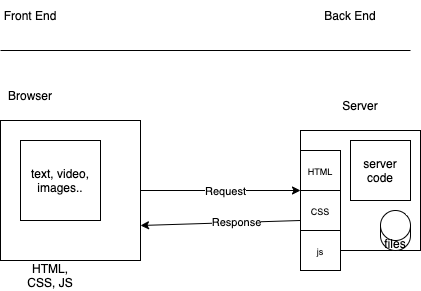
This is 2022-01-30 Introduction To Web Development/http.png from TomerErel/jbc-2022-01-30-fullstack, a draw.io export, as it was before one commit. Source tidied: cells renumbered, new cells last; positions are measured from the earlier drawing's top-left corner, leaving out a move shared by most shapes. Its diagram source:
```xml
<mxGraphModel>
  <root>
    <mxCell id="0" />
    <mxCell id="1" parent="0" />
    <mxCell id="2" style="endArrow=none;html=1;" parent="1" edge="1">
      <mxGeometry relative="1" as="geometry">
        <mxPoint y="50" as="sourcePoint" />
        <mxPoint x="410" y="50" as="targetPoint" />
      </mxGeometry>
    </mxCell>
    <mxCell id="3" value="Front End" style="text;html=1;strokeColor=none;fillColor=none;align=center;verticalAlign=middle;whiteSpace=wrap;rounded=0;" parent="1" vertex="1">
      <mxGeometry width="60" height="30" as="geometry" />
    </mxCell>
    <mxCell id="4" value="Back End" style="text;html=1;strokeColor=none;fillColor=none;align=center;verticalAlign=middle;whiteSpace=wrap;rounded=0;" parent="1" vertex="1">
      <mxGeometry x="320" width="60" height="30" as="geometry" />
    </mxCell>
    <mxCell id="5" style="edgeStyle=none;html=1;entryX=0;entryY=0.5;entryDx=0;entryDy=0;" parent="1" edge="1" source="7" target="11">
      <mxGeometry relative="1" as="geometry" />
    </mxCell>
    <mxCell id="6" value="Request" style="edgeLabel;html=1;align=center;verticalAlign=middle;" parent="5" vertex="1">
      <mxGeometry x="0.05" relative="1" as="geometry" />
    </mxCell>
    <mxCell id="7" style="whiteSpace=wrap;html=1;" parent="1" vertex="1">
      <mxGeometry y="120" width="140" height="140" as="geometry" />
    </mxCell>
    <mxCell id="8" value="Browser" style="text;html=1;strokeColor=none;fillColor=none;align=center;verticalAlign=middle;whiteSpace=wrap;rounded=0;" parent="1" vertex="1">
      <mxGeometry y="80" width="60" height="30" as="geometry" />
    </mxCell>
    <mxCell id="9" style="edgeStyle=none;html=1;exitX=0;exitY=0.75;exitDx=0;exitDy=0;entryX=1;entryY=0.75;entryDx=0;entryDy=0;" parent="1" edge="1" source="11" target="7">
      <mxGeometry relative="1" as="geometry" />
    </mxCell>
    <mxCell id="10" value="Response" style="edgeLabel;html=1;align=center;verticalAlign=middle;" parent="9" vertex="1">
      <mxGeometry x="-0.19" y="-1" relative="1" as="geometry" />
    </mxCell>
    <mxCell id="11" style="whiteSpace=wrap;html=1;" parent="1" vertex="1">
      <mxGeometry x="300" y="130" width="120" height="120" as="geometry" />
    </mxCell>
    <mxCell id="12" value="Server" style="text;html=1;strokeColor=none;fillColor=none;align=center;verticalAlign=middle;whiteSpace=wrap;rounded=0;" parent="1" vertex="1">
      <mxGeometry x="330" y="90" width="60" height="30" as="geometry" />
    </mxCell>
    <mxCell id="13" value="text, video, images.." style="whiteSpace=wrap;html=1;" parent="1" vertex="1">
      <mxGeometry x="20" y="140" width="80" height="80" as="geometry" />
    </mxCell>
    <mxCell id="14" value="server code" style="whiteSpace=wrap;html=1;" parent="1" vertex="1">
      <mxGeometry x="350" y="140" width="60" height="60" as="geometry" />
    </mxCell>
    <mxCell id="15" value="files" style="shape=cylinder3;whiteSpace=wrap;html=1;boundedLbl=1;backgroundOutline=1;size=15;" parent="1" vertex="1">
      <mxGeometry x="380" y="210" width="30" height="40" as="geometry" />
    </mxCell>
    <mxCell id="16" value="HTML, CSS, JS" style="text;html=1;strokeColor=none;fillColor=none;align=center;verticalAlign=middle;whiteSpace=wrap;rounded=0;" parent="1" vertex="1">
      <mxGeometry x="20" y="260" width="60" height="30" as="geometry" />
    </mxCell>
    <mxCell id="17" value="&lt;font style=&quot;font-size: 9px&quot;&gt;HTML&lt;/font&gt;" style="whiteSpace=wrap;html=1;" parent="1" vertex="1">
      <mxGeometry x="300" y="150" width="40" height="40" as="geometry" />
    </mxCell>
    <mxCell id="18" value="&lt;font style=&quot;font-size: 9px&quot;&gt;CSS&lt;/font&gt;" style="whiteSpace=wrap;html=1;" parent="1" vertex="1">
      <mxGeometry x="300" y="190" width="40" height="40" as="geometry" />
    </mxCell>
    <mxCell id="19" value="&lt;font style=&quot;font-size: 9px&quot;&gt;js&lt;/font&gt;" style="whiteSpace=wrap;html=1;" parent="1" vertex="1">
      <mxGeometry x="300" y="230" width="40" height="40" as="geometry" />
    </mxCell>
  </root>
</mxGraphModel>
```
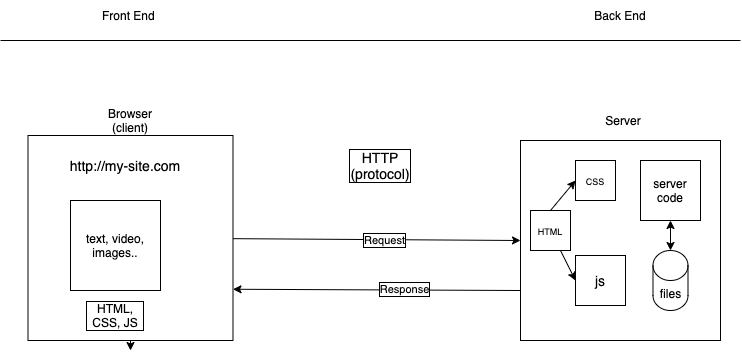
The same diagram one commit later.

Change to the diagram source:
```diff
@@ -1,63 +1,83 @@
-<mxGraphModel>
+<mxGraphModel background="#FFFFFF">
   <root>
     <mxCell id="0" />
     <mxCell id="1" parent="0" />
-    <mxCell id="2" style="endArrow=none;html=1;" parent="1" edge="1">
+    <mxCell id="2" style="endArrow=none;html=1;fontColor=#000000;labelBorderColor=#000000;labelBackgroundColor=#000000;strokeColor=#000000;" parent="1" edge="1">
       <mxGeometry relative="1" as="geometry">
         <mxPoint y="50" as="sourcePoint" />
-        <mxPoint x="410" y="50" as="targetPoint" />
+        <mxPoint x="740" y="50" as="targetPoint" />
       </mxGeometry>
     </mxCell>
-    <mxCell id="3" value="Front End" style="text;html=1;strokeColor=none;fillColor=none;align=center;verticalAlign=middle;whiteSpace=wrap;rounded=0;" parent="1" vertex="1">
-      <mxGeometry width="60" height="30" as="geometry" />
+    <mxCell id="3" value="Front End&amp;nbsp;" style="text;html=1;strokeColor=none;fillColor=none;align=center;verticalAlign=middle;whiteSpace=wrap;rounded=0;fontColor=#000000;" parent="1" vertex="1">
+      <mxGeometry x="100" y="10" width="60" height="30" as="geometry" />
     </mxCell>
-    <mxCell id="4" value="Back End" style="text;html=1;strokeColor=none;fillColor=none;align=center;verticalAlign=middle;whiteSpace=wrap;rounded=0;" parent="1" vertex="1">
-      <mxGeometry x="320" width="60" height="30" as="geometry" />
+    <mxCell id="4" value="Back End" style="text;html=1;strokeColor=none;fillColor=none;align=center;verticalAlign=middle;whiteSpace=wrap;rounded=0;fontColor=#000000;" parent="1" vertex="1">
+      <mxGeometry x="590" y="10" width="60" height="30" as="geometry" />
     </mxCell>
-    <mxCell id="5" style="edgeStyle=none;html=1;entryX=0;entryY=0.5;entryDx=0;entryDy=0;" parent="1" edge="1" source="7" target="11">
+    <mxCell id="5" style="edgeStyle=none;html=1;entryX=0;entryY=0.5;entryDx=0;entryDy=0;fontColor=#000000;labelBackgroundColor=#FFFFFF;labelBorderColor=#000000;strokeColor=#000000;" parent="1" edge="1" source="7" target="11">
       <mxGeometry relative="1" as="geometry" />
     </mxCell>
-    <mxCell id="6" value="Request" style="edgeLabel;html=1;align=center;verticalAlign=middle;" parent="5" vertex="1">
+    <mxCell id="6" value="Request" style="edgeLabel;html=1;align=center;verticalAlign=middle;fontColor=#000000;labelBackgroundColor=#FFFFFF;labelBorderColor=#000000;" parent="5" vertex="1">
       <mxGeometry x="0.05" relative="1" as="geometry" />
     </mxCell>
+    <mxCell id="20" style="edgeStyle=none;html=1;exitX=0.5;exitY=1;exitDx=0;exitDy=0;fontSize=14;fontColor=#000000;labelBackgroundColor=#FFFFFF;labelBorderColor=#000000;" parent="1" edge="1" source="7">
+      <mxGeometry relative="1" as="geometry">
+        <mxPoint x="130" y="360" as="targetPoint" />
+      </mxGeometry>
+    </mxCell>
-    <mxCell id="7" style="whiteSpace=wrap;html=1;" parent="1" vertex="1">
-      <mxGeometry y="120" width="140" height="140" as="geometry" />
+    <mxCell id="7" style="whiteSpace=wrap;html=1;fontColor=#000000;labelBackgroundColor=#FFFFFF;labelBorderColor=#000000;fillColor=#FFFFFF;strokeColor=#000000;" parent="1" vertex="1">
+      <mxGeometry x="27.5" y="145" width="205" height="205" as="geometry" />
     </mxCell>
-    <mxCell id="8" value="Browser" style="text;html=1;strokeColor=none;fillColor=none;align=center;verticalAlign=middle;whiteSpace=wrap;rounded=0;" parent="1" vertex="1">
-      <mxGeometry y="80" width="60" height="30" as="geometry" />
+    <mxCell id="8" value="Browser (client)" style="text;html=1;strokeColor=none;fillColor=none;align=center;verticalAlign=middle;whiteSpace=wrap;rounded=0;fontColor=#000000;labelBackgroundColor=#FFFFFF;labelBorderColor=none;" parent="1" vertex="1">
+      <mxGeometry x="100" y="115" width="60" height="30" as="geometry" />
     </mxCell>
-    <mxCell id="9" style="edgeStyle=none;html=1;exitX=0;exitY=0.75;exitDx=0;exitDy=0;entryX=1;entryY=0.75;entryDx=0;entryDy=0;" parent="1" edge="1" source="11" target="7">
+    <mxCell id="9" style="edgeStyle=none;html=1;exitX=0;exitY=0.75;exitDx=0;exitDy=0;entryX=1;entryY=0.75;entryDx=0;entryDy=0;fontColor=#000000;labelBackgroundColor=#FFFFFF;labelBorderColor=#000000;strokeColor=#000000;" parent="1" edge="1" source="11" target="7">
       <mxGeometry relative="1" as="geometry" />
     </mxCell>
-    <mxCell id="10" value="Response" style="edgeLabel;html=1;align=center;verticalAlign=middle;" parent="9" vertex="1">
+    <mxCell id="10" value="Response" style="edgeLabel;html=1;align=center;verticalAlign=middle;fontColor=#000000;labelBackgroundColor=#FFFFFF;labelBorderColor=#000000;" parent="9" vertex="1">
       <mxGeometry x="-0.19" y="-1" relative="1" as="geometry" />
     </mxCell>
-    <mxCell id="11" style="whiteSpace=wrap;html=1;" parent="1" vertex="1">
-      <mxGeometry x="300" y="130" width="120" height="120" as="geometry" />
+    <mxCell id="11" style="whiteSpace=wrap;html=1;fontColor=#000000;labelBackgroundColor=#FFFFFF;labelBorderColor=#000000;fillColor=#FFFFFF;strokeColor=#000000;" parent="1" vertex="1">
+      <mxGeometry x="520" y="150" width="200" height="200" as="geometry" />
     </mxCell>
-    <mxCell id="12" value="Server" style="text;html=1;strokeColor=none;fillColor=none;align=center;verticalAlign=middle;whiteSpace=wrap;rounded=0;" parent="1" vertex="1">
-      <mxGeometry x="330" y="90" width="60" height="30" as="geometry" />
+    <mxCell id="12" value="Server" style="text;html=1;strokeColor=none;fillColor=none;align=center;verticalAlign=middle;whiteSpace=wrap;rounded=0;fontColor=#000000;labelBackgroundColor=#FFFFFF;labelBorderColor=none;" parent="1" vertex="1">
+      <mxGeometry x="592.5" y="115" width="60" height="30" as="geometry" />
     </mxCell>
-    <mxCell id="13" value="text, video, images.." style="whiteSpace=wrap;html=1;" parent="1" vertex="1">
-      <mxGeometry x="20" y="140" width="80" height="80" as="geometry" />
+    <mxCell id="13" value="text, video, images.." style="whiteSpace=wrap;html=1;fontColor=#000000;labelBackgroundColor=#FFFFFF;labelBorderColor=none;fillColor=#FFFFFF;strokeColor=#000000;" parent="1" vertex="1">
+      <mxGeometry x="70" y="210" width="90" height="90" as="geometry" />
     </mxCell>
-    <mxCell id="14" value="server code" style="whiteSpace=wrap;html=1;" parent="1" vertex="1">
-      <mxGeometry x="350" y="140" width="60" height="60" as="geometry" />
+    <mxCell id="14" value="server code" style="whiteSpace=wrap;html=1;fontColor=#000000;labelBackgroundColor=#FFFFFF;labelBorderColor=none;fillColor=#FFFFFF;strokeColor=#000000;" parent="1" vertex="1">
+      <mxGeometry x="640" y="170" width="60" height="60" as="geometry" />
     </mxCell>
-    <mxCell id="15" value="files" style="shape=cylinder3;whiteSpace=wrap;html=1;boundedLbl=1;backgroundOutline=1;size=15;" parent="1" vertex="1">
-      <mxGeometry x="380" y="210" width="30" height="40" as="geometry" />
+    <mxCell id="15" value="files" style="shape=cylinder3;whiteSpace=wrap;html=1;boundedLbl=1;backgroundOutline=1;size=15;fontColor=#000000;labelBackgroundColor=#FFFFFF;labelBorderColor=none;fillColor=#FFFFFF;strokeColor=#000000;" parent="1" vertex="1">
+      <mxGeometry x="652.5" y="260" width="35" height="60" as="geometry" />
     </mxCell>
-    <mxCell id="16" value="HTML, CSS, JS" style="text;html=1;strokeColor=none;fillColor=none;align=center;verticalAlign=middle;whiteSpace=wrap;rounded=0;" parent="1" vertex="1">
-      <mxGeometry x="20" y="260" width="60" height="30" as="geometry" />
+    <mxCell id="16" value="HTML, CSS, JS" style="text;html=1;strokeColor=none;fillColor=none;align=center;verticalAlign=middle;whiteSpace=wrap;rounded=0;fontColor=#000000;labelBackgroundColor=#FFFFFF;labelBorderColor=#000000;" parent="1" vertex="1">
+      <mxGeometry x="85" y="310" width="60" height="30" as="geometry" />
     </mxCell>
+    <mxCell id="21" style="edgeStyle=none;html=1;exitX=0.5;exitY=0;exitDx=0;exitDy=0;entryX=0;entryY=0.5;entryDx=0;entryDy=0;fontSize=14;fontColor=#000000;labelBackgroundColor=#FFFFFF;labelBorderColor=#000000;strokeColor=#000000;" parent="1" edge="1" source="17" target="18">
+      <mxGeometry relative="1" as="geometry" />
+    </mxCell>
+    <mxCell id="22" style="edgeStyle=none;html=1;fontSize=14;entryX=0;entryY=0.5;entryDx=0;entryDy=0;fontColor=#000000;labelBackgroundColor=#FFFFFF;labelBorderColor=#000000;strokeColor=#000000;" parent="1" edge="1" source="17" target="19">
+      <mxGeometry relative="1" as="geometry" />
+    </mxCell>
-    <mxCell id="17" value="&lt;font style=&quot;font-size: 9px&quot;&gt;HTML&lt;/font&gt;" style="whiteSpace=wrap;html=1;" parent="1" vertex="1">
-      <mxGeometry x="300" y="150" width="40" height="40" as="geometry" />
+    <mxCell id="17" value="&lt;font style=&quot;font-size: 9px&quot;&gt;HTML&lt;/font&gt;" style="whiteSpace=wrap;html=1;fontColor=#000000;labelBackgroundColor=#FFFFFF;labelBorderColor=none;fillColor=#FFFFFF;strokeColor=#000000;" parent="1" vertex="1">
+      <mxGeometry x="530" y="220" width="40" height="40" as="geometry" />
     </mxCell>
-    <mxCell id="18" value="&lt;font style=&quot;font-size: 9px&quot;&gt;CSS&lt;/font&gt;" style="whiteSpace=wrap;html=1;" parent="1" vertex="1">
-      <mxGeometry x="300" y="190" width="40" height="40" as="geometry" />
+    <mxCell id="18" value="&lt;font style=&quot;font-size: 9px&quot;&gt;CSS&lt;/font&gt;" style="whiteSpace=wrap;html=1;fontColor=#000000;labelBackgroundColor=#FFFFFF;labelBorderColor=none;fillColor=#FFFFFF;strokeColor=#000000;" parent="1" vertex="1">
+      <mxGeometry x="575" y="170" width="40" height="40" as="geometry" />
     </mxCell>
-    <mxCell id="19" value="&lt;font style=&quot;font-size: 9px&quot;&gt;js&lt;/font&gt;" style="whiteSpace=wrap;html=1;" parent="1" vertex="1">
-      <mxGeometry x="300" y="230" width="40" height="40" as="geometry" />
+    <mxCell id="19" value="&lt;font style=&quot;font-size: 14px&quot;&gt;js&lt;/font&gt;" style="whiteSpace=wrap;html=1;fontColor=#000000;labelBackgroundColor=#FFFFFF;labelBorderColor=none;fillColor=#FFFFFF;strokeColor=#000000;" parent="1" vertex="1">
+      <mxGeometry x="575" y="265" width="50" height="50" as="geometry" />
     </mxCell>
+    <mxCell id="23" style="endArrow=classic;startArrow=classic;html=1;fontSize=9;entryX=0.5;entryY=1;entryDx=0;entryDy=0;fontColor=#000000;labelBackgroundColor=#FFFFFF;labelBorderColor=#000000;strokeColor=#000000;" parent="1" edge="1" source="15" target="14">
+      <mxGeometry relative="1" as="geometry" />
+    </mxCell>
+    <mxCell id="24" value="http://my-site.com" style="text;html=1;strokeColor=none;fillColor=none;align=center;verticalAlign=middle;whiteSpace=wrap;rounded=0;fontSize=14;fontColor=#000000;labelBackgroundColor=#FFFFFF;labelBorderColor=none;" parent="1" vertex="1">
+      <mxGeometry x="60" y="160" width="130" height="30" as="geometry" />
+    </mxCell>
+    <mxCell id="25" value="HTTP&lt;br&gt;(protocol)" style="text;html=1;strokeColor=none;fillColor=none;align=center;verticalAlign=middle;whiteSpace=wrap;rounded=0;fontSize=14;fontColor=#000000;labelBackgroundColor=#FFFFFF;labelBorderColor=#000000;" parent="1" vertex="1">
+      <mxGeometry x="350" y="160" width="60" height="30" as="geometry" />
+    </mxCell>
   </root>
 </mxGraphModel>
```
